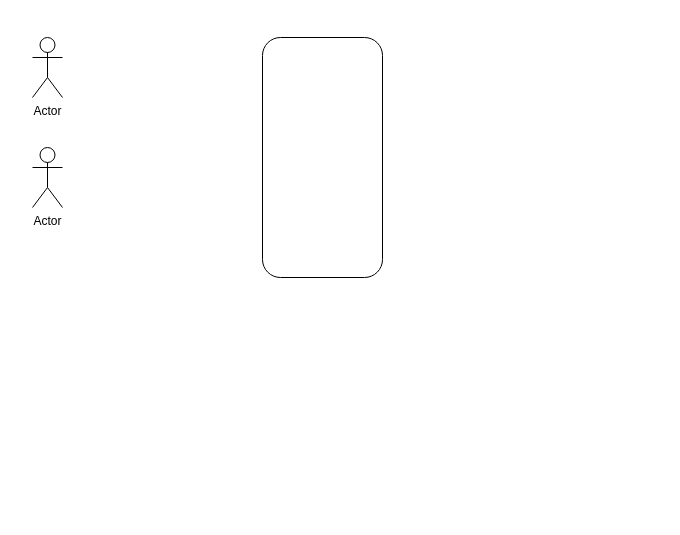
Before: 未命名绘图.drawio in pandalee99/USTC-pictures, a draw.io diagram. Source tidied: cells renumbered, new cells numbered last; positions are measured from the earlier drawing's top-left corner, leaving out a move shared by most shapes. Both pictures are drawn from the tidied source at 100%, with x=0, y=0 at pixel (32, 37).
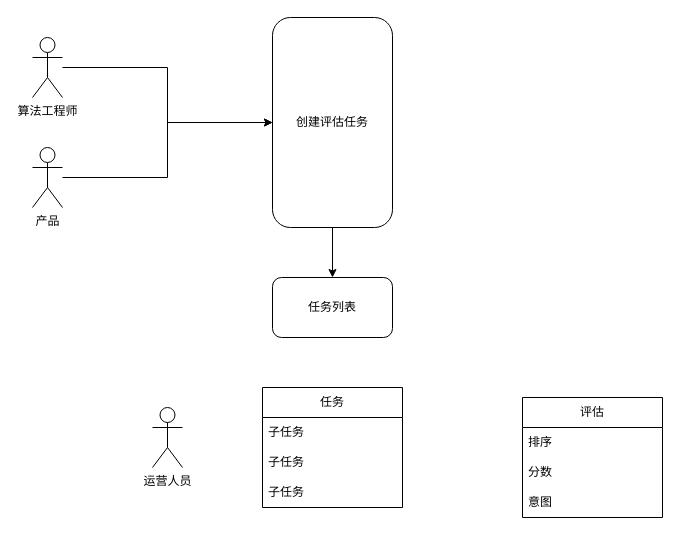
After the change.

Commit message:
未命名绘图.drawio

Change to the diagram source:
```diff
@@
 <mxGraphModel>
   <root>
     <mxCell id="0" />
     <mxCell id="1" parent="0" />
+    <mxCell id="5" style="edgeStyle=orthogonalEdgeStyle;rounded=0;jettySize=auto;html=1;" parent="1" edge="1" source="2" target="3">
+      <mxGeometry relative="1" as="geometry" />
+    </mxCell>
-    <mxCell id="2" value="Actor" style="shape=umlActor;verticalLabelPosition=bottom;verticalAlign=top;html=1;outlineConnect=0;" parent="1" vertex="1">
+    <mxCell id="2" value="产品" style="shape=umlActor;verticalLabelPosition=bottom;verticalAlign=top;html=1;outlineConnect=0;" parent="1" vertex="1">
       <mxGeometry y="110" width="30" height="60" as="geometry" />
     </mxCell>
+    <mxCell id="6" style="edgeStyle=orthogonalEdgeStyle;rounded=0;jettySize=auto;html=1;entryX=0.5;entryY=0;entryDx=0;entryDy=0;" parent="1" edge="1" source="3" target="8">
+      <mxGeometry relative="1" as="geometry" />
+    </mxCell>
-    <mxCell id="3" style="rounded=1;whiteSpace=wrap;html=1;" parent="1" vertex="1">
-      <mxGeometry x="230" width="120" height="240" as="geometry" />
+    <mxCell id="3" value="创建评估任务" style="rounded=1;whiteSpace=wrap;html=1;" parent="1" vertex="1">
+      <mxGeometry x="240" y="-20" width="120" height="210" as="geometry" />
     </mxCell>
+    <mxCell id="7" style="edgeStyle=orthogonalEdgeStyle;rounded=0;jettySize=auto;html=1;" parent="1" edge="1" source="4" target="3">
+      <mxGeometry relative="1" as="geometry" />
+    </mxCell>
-    <mxCell id="4" value="Actor" style="shape=umlActor;verticalLabelPosition=bottom;verticalAlign=top;html=1;outlineConnect=0;" parent="1" vertex="1">
+    <mxCell id="4" value="算法工程师" style="shape=umlActor;verticalLabelPosition=bottom;verticalAlign=top;html=1;outlineConnect=0;" parent="1" vertex="1">
       <mxGeometry width="30" height="60" as="geometry" />
     </mxCell>
+    <mxCell id="8" value="任务列表" style="rounded=1;whiteSpace=wrap;html=1;" parent="1" vertex="1">
+      <mxGeometry x="240" y="240" width="120" height="60" as="geometry" />
+    </mxCell>
+    <mxCell id="9" value="运营人员" style="shape=umlActor;verticalLabelPosition=bottom;verticalAlign=top;html=1;" parent="1" vertex="1">
+      <mxGeometry x="120" y="370" width="30" height="60" as="geometry" />
+    </mxCell>
+    <mxCell id="10" value="任务" style="swimlane;fontStyle=0;horizontal=1;startSize=30;whiteSpace=wrap;html=1;" parent="1" vertex="1">
+      <mxGeometry x="230" y="350" width="140" height="120" as="geometry" />
+    </mxCell>
+    <mxCell id="11" value="子任务" style="text;strokeColor=none;fillColor=none;align=left;verticalAlign=middle;spacingLeft=4;spacingRight=4;overflow=hidden;whiteSpace=wrap;html=1;" parent="10" vertex="1">
+      <mxGeometry y="30" width="140" height="30" as="geometry" />
+    </mxCell>
+    <mxCell id="12" value="子任务" style="text;strokeColor=none;fillColor=none;align=left;verticalAlign=middle;spacingLeft=4;spacingRight=4;overflow=hidden;whiteSpace=wrap;html=1;" parent="10" vertex="1">
+      <mxGeometry y="60" width="140" height="30" as="geometry" />
+    </mxCell>
+    <mxCell id="13" value="子任务" style="text;strokeColor=none;fillColor=none;align=left;verticalAlign=middle;spacingLeft=4;spacingRight=4;overflow=hidden;whiteSpace=wrap;html=1;" parent="10" vertex="1">
+      <mxGeometry y="90" width="140" height="30" as="geometry" />
+    </mxCell>
+    <mxCell id="14" value="评估" style="swimlane;fontStyle=0;horizontal=1;startSize=30;whiteSpace=wrap;html=1;" parent="1" vertex="1">
+      <mxGeometry x="490" y="360" width="140" height="120" as="geometry" />
+    </mxCell>
+    <mxCell id="15" value="排序" style="text;strokeColor=none;fillColor=none;align=left;verticalAlign=middle;spacingLeft=4;spacingRight=4;overflow=hidden;whiteSpace=wrap;html=1;" parent="14" vertex="1">
+      <mxGeometry y="30" width="140" height="30" as="geometry" />
+    </mxCell>
+    <mxCell id="16" value="分数" style="text;strokeColor=none;fillColor=none;align=left;verticalAlign=middle;spacingLeft=4;spacingRight=4;overflow=hidden;whiteSpace=wrap;html=1;" parent="14" vertex="1">
+      <mxGeometry y="60" width="140" height="30" as="geometry" />
+    </mxCell>
+    <mxCell id="17" value="意图" style="text;strokeColor=none;fillColor=none;align=left;verticalAlign=middle;spacingLeft=4;spacingRight=4;overflow=hidden;whiteSpace=wrap;html=1;" parent="14" vertex="1">
+      <mxGeometry y="90" width="140" height="30" as="geometry" />
+    </mxCell>
   </root>
 </mxGraphModel>
```
